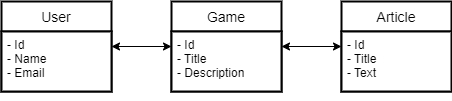
Melkye/GameDeck keeps this draw.io diagram as database/GameDeckERD.png. Above is the earlier version. Source tidied: cells renumbered, new cells last; positions are measured from the earlier drawing's top-left corner, leaving out a move shared by most shapes. The source it was exported from:
```xml
<mxGraphModel>
  <root>
    <mxCell id="0" />
    <mxCell id="1" parent="0" />
    <mxCell id="2" style="edgeStyle=orthogonalEdgeStyle;rounded=0;jettySize=auto;html=1;startArrow=classic;startFill=1;exitX=1;exitY=0.25;exitDx=0;exitDy=0;" parent="1" edge="1" source="4" target="7">
      <mxGeometry relative="1" as="geometry" />
    </mxCell>
    <mxCell id="3" value="User" style="swimlane;horizontal=1;startSize=30;rounded=0;fontSize=14;fontStyle=0;strokeWidth=2;shadow=0;dashed=0;align=center;" parent="1" vertex="1">
      <mxGeometry width="110" height="90" as="geometry" />
    </mxCell>
    <mxCell id="4" value="- Id&#10;- Name&#10;- Email" style="align=left;strokeColor=default;fillColor=default;spacingLeft=4;fontSize=12;verticalAlign=top;rounded=0;strokeWidth=2;" parent="3" vertex="1">
      <mxGeometry y="30" width="110" height="60" as="geometry" />
    </mxCell>
    <mxCell id="5" style="edgeStyle=orthogonalEdgeStyle;rounded=0;orthogonalLoop=1;jettySize=auto;html=1;exitX=0.5;exitY=1;exitDx=0;exitDy=0;startArrow=classic;startFill=1;" parent="3" edge="1" source="4" target="4">
      <mxGeometry relative="1" as="geometry" />
    </mxCell>
    <mxCell id="6" style="edgeStyle=orthogonalEdgeStyle;rounded=0;jettySize=auto;html=1;startArrow=classic;startFill=1;" parent="1" edge="1" source="7" target="9">
      <mxGeometry relative="1" as="geometry" />
    </mxCell>
    <mxCell id="7" value="Game" style="swimlane;horizontal=1;startSize=30;rounded=0;fontSize=14;fontStyle=0;strokeWidth=2;shadow=0;dashed=0;align=center;" parent="1" vertex="1">
      <mxGeometry x="170" width="110" height="90" as="geometry" />
    </mxCell>
    <mxCell id="8" value="- Id&#10;- Title&#10;- Description" style="align=left;strokeColor=default;fillColor=default;spacingLeft=4;fontSize=12;verticalAlign=top;strokeWidth=2;" parent="7" vertex="1">
      <mxGeometry y="30" width="110" height="60" as="geometry" />
    </mxCell>
    <mxCell id="9" value="Article" style="swimlane;horizontal=1;startSize=30;rounded=0;fontSize=14;fontStyle=0;strokeWidth=2;shadow=0;dashed=0;align=center;" parent="1" vertex="1">
      <mxGeometry x="340" width="110" height="90" as="geometry" />
    </mxCell>
    <mxCell id="10" value="- Id&#10;- Title&#10;- Text" style="align=left;strokeColor=default;fillColor=default;spacingLeft=4;fontSize=12;verticalAlign=top;strokeWidth=2;" parent="9" vertex="1">
      <mxGeometry y="30" width="110" height="60" as="geometry" />
    </mxCell>
  </root>
</mxGraphModel>
```
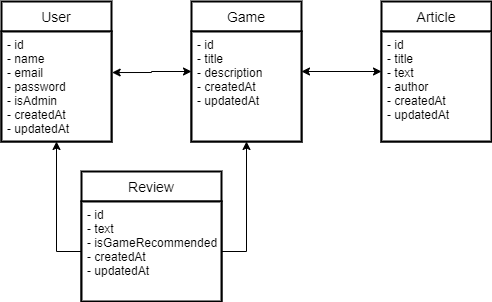
The same diagram one commit later.

What changed in the source:
```diff
@@ -2,14 +2,14 @@
   <root>
     <mxCell id="0" />
     <mxCell id="1" parent="0" />
-    <mxCell id="2" style="edgeStyle=orthogonalEdgeStyle;rounded=0;jettySize=auto;html=1;startArrow=classic;startFill=1;exitX=1;exitY=0.25;exitDx=0;exitDy=0;" parent="1" edge="1" source="4" target="7">
+    <mxCell id="2" style="edgeStyle=orthogonalEdgeStyle;rounded=0;jettySize=auto;html=1;startArrow=classic;startFill=1;exitX=1.006;exitY=0.373;exitDx=0;exitDy=0;exitPerimeter=0;" parent="1" edge="1" source="4" target="7">
       <mxGeometry relative="1" as="geometry" />
     </mxCell>
     <mxCell id="3" value="User" style="swimlane;horizontal=1;startSize=30;rounded=0;fontSize=14;fontStyle=0;strokeWidth=2;shadow=0;dashed=0;align=center;" parent="1" vertex="1">
-      <mxGeometry width="110" height="90" as="geometry" />
+      <mxGeometry x="-40" y="-10" width="110" height="140" as="geometry" />
     </mxCell>
-    <mxCell id="4" value="- Id&#10;- Name&#10;- Email" style="align=left;strokeColor=default;fillColor=default;spacingLeft=4;fontSize=12;verticalAlign=top;rounded=0;strokeWidth=2;" parent="3" vertex="1">
-      <mxGeometry y="30" width="110" height="60" as="geometry" />
+    <mxCell id="4" value="- id&#10;- name&#10;- email&#10;- password&#10;- isAdmin&#10;- createdAt&#10;- updatedAt" style="align=left;strokeColor=default;fillColor=default;spacingLeft=4;fontSize=12;verticalAlign=top;rounded=0;strokeWidth=2;" parent="3" vertex="1">
+      <mxGeometry y="30" width="110" height="110" as="geometry" />
     </mxCell>
     <mxCell id="5" style="edgeStyle=orthogonalEdgeStyle;rounded=0;orthogonalLoop=1;jettySize=auto;html=1;exitX=0.5;exitY=1;exitDx=0;exitDy=0;startArrow=classic;startFill=1;" parent="3" edge="1" source="4" target="4">
       <mxGeometry relative="1" as="geometry" />
@@ -17,17 +17,33 @@
     <mxCell id="6" style="edgeStyle=orthogonalEdgeStyle;rounded=0;jettySize=auto;html=1;startArrow=classic;startFill=1;" parent="1" edge="1" source="7" target="9">
       <mxGeometry relative="1" as="geometry" />
     </mxCell>
+    <mxCell id="11" style="edgeStyle=orthogonalEdgeStyle;rounded=0;jettySize=auto;html=1;entryX=1;entryY=0.5;entryDx=0;entryDy=0;startArrow=classic;startFill=1;endArrow=none;endFill=0;" parent="1" edge="1" source="7" target="13">
+      <mxGeometry relative="1" as="geometry" />
+    </mxCell>
     <mxCell id="7" value="Game" style="swimlane;horizontal=1;startSize=30;rounded=0;fontSize=14;fontStyle=0;strokeWidth=2;shadow=0;dashed=0;align=center;" parent="1" vertex="1">
-      <mxGeometry x="170" width="110" height="90" as="geometry" />
+      <mxGeometry x="150" y="-10" width="110" height="140" as="geometry" />
     </mxCell>
-    <mxCell id="8" value="- Id&#10;- Title&#10;- Description" style="align=left;strokeColor=default;fillColor=default;spacingLeft=4;fontSize=12;verticalAlign=top;strokeWidth=2;" parent="7" vertex="1">
-      <mxGeometry y="30" width="110" height="60" as="geometry" />
+    <mxCell id="8" value="- id&#10;- title&#10;- description&#10;- createdAt&#10;- updatedAt&#10;" style="align=left;strokeColor=default;fillColor=default;spacingLeft=4;fontSize=12;verticalAlign=top;strokeWidth=2;" parent="7" vertex="1">
+      <mxGeometry y="30" width="110" height="110" as="geometry" />
     </mxCell>
     <mxCell id="9" value="Article" style="swimlane;horizontal=1;startSize=30;rounded=0;fontSize=14;fontStyle=0;strokeWidth=2;shadow=0;dashed=0;align=center;" parent="1" vertex="1">
-      <mxGeometry x="340" width="110" height="90" as="geometry" />
+      <mxGeometry x="340" y="-10" width="110" height="140" as="geometry" />
     </mxCell>
-    <mxCell id="10" value="- Id&#10;- Title&#10;- Text" style="align=left;strokeColor=default;fillColor=default;spacingLeft=4;fontSize=12;verticalAlign=top;strokeWidth=2;" parent="9" vertex="1">
-      <mxGeometry y="30" width="110" height="60" as="geometry" />
+    <mxCell id="10" value="- id&#10;- title&#10;- text&#10;- author&#10;- createdAt&#10;- updatedAt" style="align=left;strokeColor=default;fillColor=default;spacingLeft=4;fontSize=12;verticalAlign=top;strokeWidth=2;" parent="9" vertex="1">
+      <mxGeometry y="30" width="110" height="110" as="geometry" />
     </mxCell>
+    <mxCell id="12" value="Review" style="swimlane;horizontal=1;startSize=30;rounded=0;fontSize=14;fontStyle=0;strokeWidth=2;shadow=0;dashed=0;align=center;" parent="1" vertex="1">
+      <mxGeometry x="40" y="160" width="140" height="130" as="geometry" />
+    </mxCell>
+    <mxCell id="13" value="- id&#10;- text&#10;- isGameRecommended&#10;- createdAt&#10;- updatedAt" style="align=left;strokeColor=default;fillColor=default;spacingLeft=4;fontSize=12;verticalAlign=top;strokeWidth=2;" parent="12" vertex="1">
+      <mxGeometry y="30" width="140" height="100" as="geometry" />
+    </mxCell>
+    <mxCell id="14" style="edgeStyle=orthogonalEdgeStyle;rounded=0;jettySize=auto;html=1;entryX=0;entryY=0.5;entryDx=0;entryDy=0;startArrow=classic;startFill=1;endArrow=none;endFill=0;" parent="1" edge="1" source="4" target="13">
+      <mxGeometry relative="1" as="geometry">
+        <Array as="points">
+          <mxPoint x="15" y="240" />
+        </Array>
+      </mxGeometry>
+    </mxCell>
   </root>
 </mxGraphModel>
```
